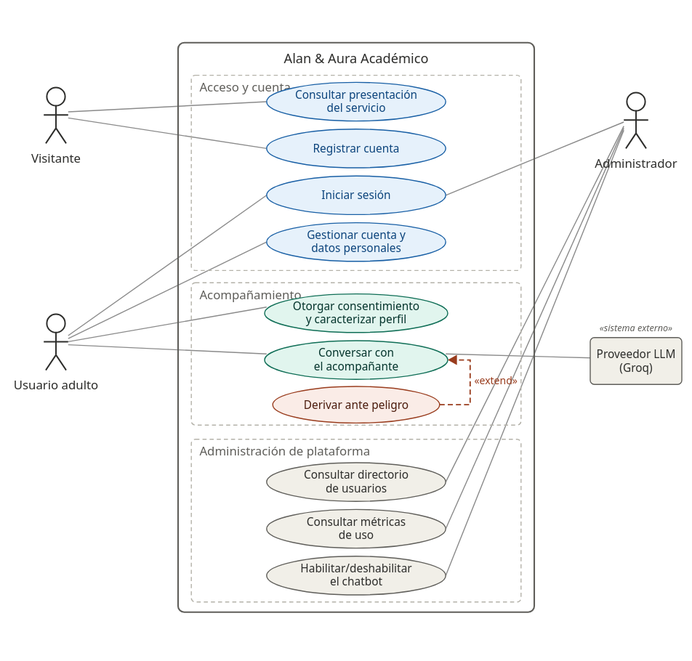
Before: docs/07_casos_uso/DCU-01_casos_uso.svg, a diagram exported from PlantUML (jonatan8254/alan-aura-academico). Its source is kept beside it as docs/07_casos_uso/DCU-01_casos_uso.puml. Its diagram source:
```plantuml
@startuml
left to right direction
skinparam linetype ortho
skinparam packageStyle rectangle
skinparam shadowing false

actor "Visitante" as Visitante
actor "Usuario adulto" as Usuario
actor "Administrador de plataforma" as Admin
actor "Proveedor LLM (Groq)" as LLM <<sistema externo>>

rectangle "Alan & Aura Académico" {
  package "Acceso y cuenta" {
    usecase "Consultar presentación del servicio" as CU_Pres
    usecase "Registrar cuenta" as CU_Reg
    usecase "Iniciar sesión" as CU_Login
    usecase "Gestionar cuenta y datos personales" as CU_Cuenta
  }
  package "Acompañamiento" {
    usecase "Otorgar consentimiento y caracterizar el perfil" as CU_Onb
    usecase "Conversar con el acompañante" as CU_Chat
    usecase "Derivar ante peligro" as CU_Deriv
  }
  package "Administración de plataforma" {
    usecase "Consultar directorio de usuarios" as CU_Dir
    usecase "Consultar métricas de uso" as CU_Met
    usecase "Habilitar o deshabilitar el chatbot" as CU_Kill
  }
}

Visitante -- CU_Pres
Visitante -- CU_Reg
Usuario -- CU_Login
Admin -- CU_Login
Usuario -- CU_Onb
Usuario -- CU_Chat
Usuario -- CU_Cuenta
CU_Chat -- LLM
Admin -- CU_Dir
Admin -- CU_Met
Admin -- CU_Kill

CU_Deriv ..> CU_Chat : <<extend>>
@enduml
```
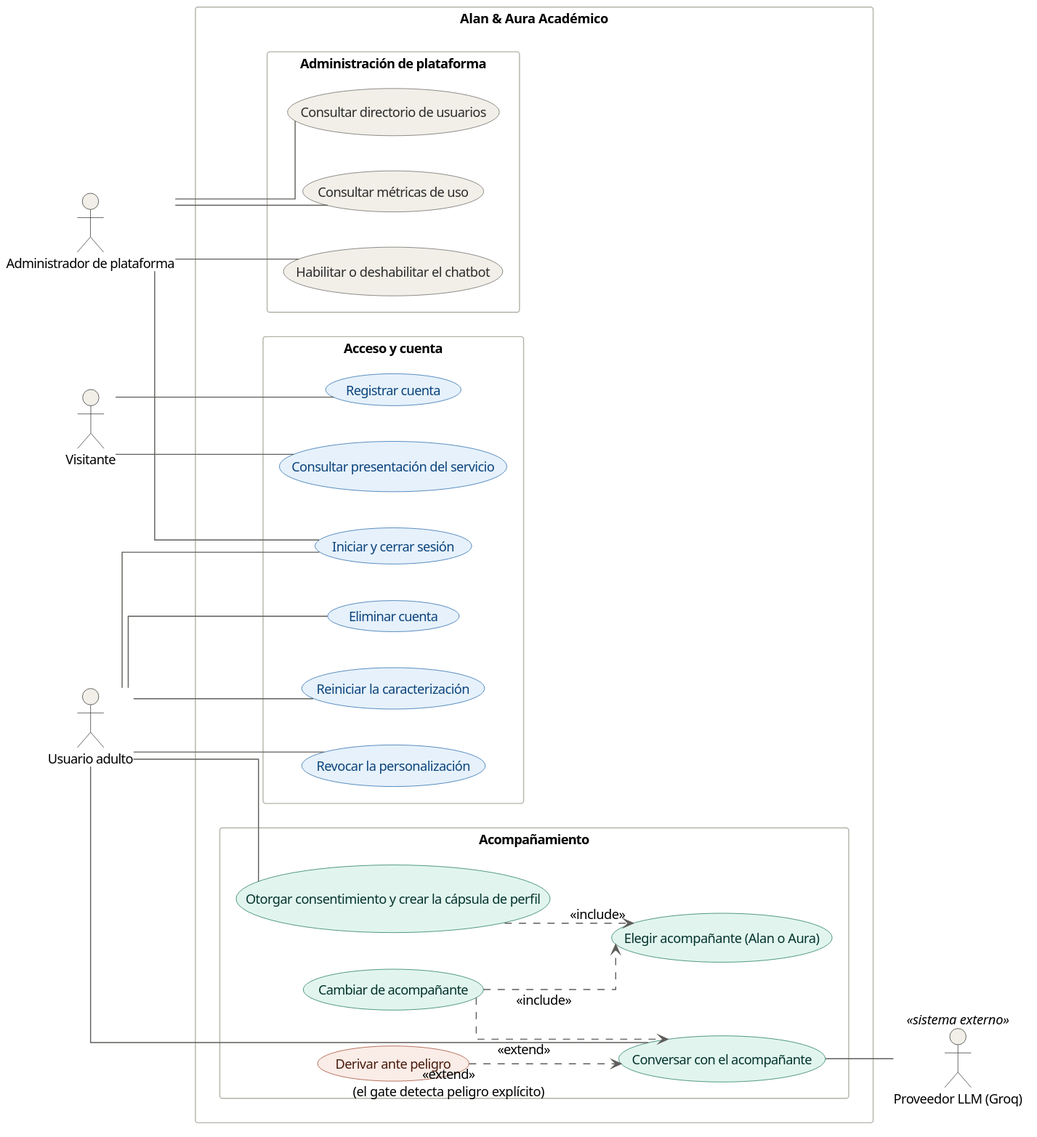
The same diagram one commit later.

Commit message:
DCU-01 v2.0: 10 -> 14 casos de uso (punto 3 de la retroalimentacion)

What changed in the source:
```diff
@@ -3,6 +3,15 @@
 skinparam linetype ortho
 skinparam packageStyle rectangle
 skinparam shadowing false
+skinparam defaultFontName Segoe UI, Helvetica, Arial, sans-serif
+skinparam defaultFontSize 13
+skinparam ArrowColor #5F5E5A
+skinparam PackageBackgroundColor transparent
+skinparam PackageBorderColor #B4B2A9
+skinparam PackageFontColor #5F5E5A
+skinparam PackageFontSize 12
+skinparam ActorBorderColor #2C2C2A
+skinparam ActorBackgroundColor #F1EFE8
 
 actor "Visitante" as Visitante
 actor "Usuario adulto" as Usuario
@@ -11,34 +20,43 @@
 
 rectangle "Alan & Aura Académico" {
   package "Acceso y cuenta" {
-    usecase "Consultar presentación del servicio" as CU_Pres
-    usecase "Registrar cuenta" as CU_Reg
-    usecase "Iniciar sesión" as CU_Login
-    usecase "Gestionar cuenta y datos personales" as CU_Cuenta
+    usecase "Consultar presentación del servicio" as CU_Pres #E6F1FB;line:185FA5;text:0C447C
+    usecase "Registrar cuenta" as CU_Reg #E6F1FB;line:185FA5;text:0C447C
+    usecase "Iniciar y cerrar sesión" as CU_Login #E6F1FB;line:185FA5;text:0C447C
+    usecase "Eliminar cuenta" as CU_Elim #E6F1FB;line:185FA5;text:0C447C
+    usecase "Reiniciar la caracterización" as CU_Reinit #E6F1FB;line:185FA5;text:0C447C
+    usecase "Revocar la personalización" as CU_Revoc #E6F1FB;line:185FA5;text:0C447C
   }
   package "Acompañamiento" {
-    usecase "Otorgar consentimiento y caracterizar el perfil" as CU_Onb
-    usecase "Conversar con el acompañante" as CU_Chat
-    usecase "Derivar ante peligro" as CU_Deriv
+    usecase "Otorgar consentimiento y crear la cápsula de perfil" as CU_Onb #E1F5EE;line:0F6E56;text:04342C
+    usecase "Elegir acompañante (Alan o Aura)" as CU_Elegir #E1F5EE;line:0F6E56;text:04342C
+    usecase "Conversar con el acompañante" as CU_Chat #E1F5EE;line:0F6E56;text:04342C
+    usecase "Cambiar de acompañante" as CU_Cambiar #E1F5EE;line:0F6E56;text:04342C
+    usecase "Derivar ante peligro" as CU_Deriv #FAECE7;line:993C1D;text:4A1B0C
   }
   package "Administración de plataforma" {
-    usecase "Consultar directorio de usuarios" as CU_Dir
-    usecase "Consultar métricas de uso" as CU_Met
-    usecase "Habilitar o deshabilitar el chatbot" as CU_Kill
+    usecase "Consultar directorio de usuarios" as CU_Dir #F1EFE8;line:5F5E5A;text:2C2C2A
+    usecase "Consultar métricas de uso" as CU_Met #F1EFE8;line:5F5E5A;text:2C2C2A
+    usecase "Habilitar o deshabilitar el chatbot" as CU_Kill #F1EFE8;line:5F5E5A;text:2C2C2A
   }
 }
 
 Visitante -- CU_Pres
 Visitante -- CU_Reg
 Usuario -- CU_Login
-Admin -- CU_Login
 Usuario -- CU_Onb
 Usuario -- CU_Chat
-Usuario -- CU_Cuenta
-CU_Chat -- LLM
+Usuario -- CU_Elim
+Usuario -- CU_Reinit
+Usuario -- CU_Revoc
+Admin -- CU_Login
 Admin -- CU_Dir
 Admin -- CU_Met
 Admin -- CU_Kill
+CU_Chat -- LLM
 
-CU_Deriv ..> CU_Chat : <<extend>>
+CU_Onb ..> CU_Elegir : <<include>>
+CU_Cambiar ..> CU_Elegir : <<include>>
+CU_Cambiar ..> CU_Chat : <<extend>>
+CU_Deriv ..> CU_Chat : <<extend>>\n(el gate detecta peligro explícito)
 @enduml
```
